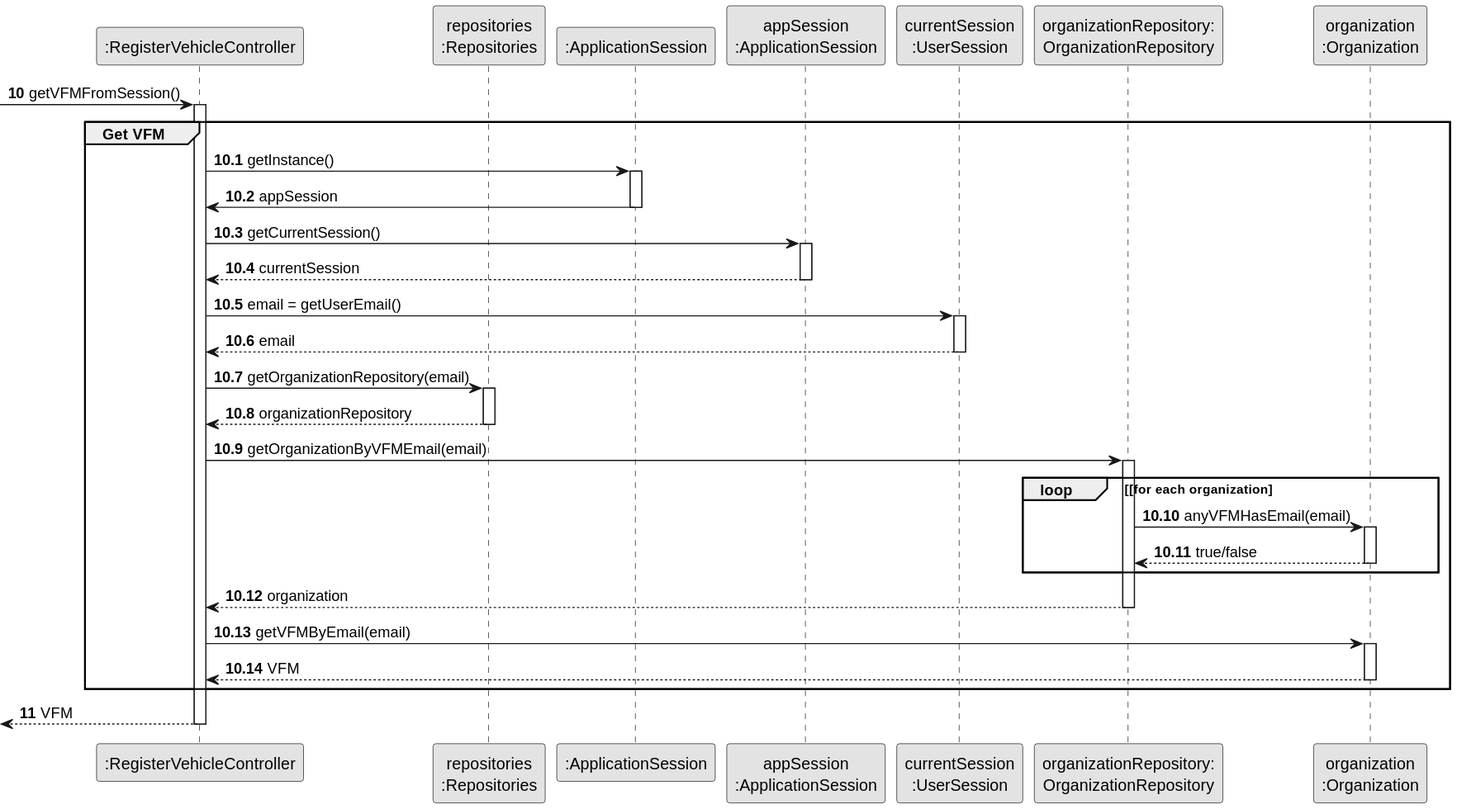
Above: docs/sprint2/us007/03.design/svg/us007-sequence-diagram-partial-get-VFM.svg in tiagosoa/lei-24-s2-1dgh-g073 (PlantUML), before the change. Source of this version:
```plantuml
@startuml
skinparam monochrome true
skinparam packageStyle rectangle
skinparam shadowing false



participant ":RegisterVehicleController" as RVC
participant "repositories\n:Repositories" as PLAT
participant ":ApplicationSession" as _APP
participant "appSession\n:ApplicationSession" as APP
participant "currentSession\n:UserSession" as SESSAO
participant "organizationRepository:\nOrganizationRepository" as OrganizationRepository
participant "organization\n:Organization" as ORG
autonumber 10
-> RVC : getVFMFromSession()
autonumber 10.1
 activate RVC

    group Get VFM

        RVC -> _APP: getInstance()
        activate _APP
           _APP -> RVC: appSession
        deactivate _APP


        RVC -> APP: getCurrentSession()
        activate APP

           APP --> RVC: currentSession
        deactivate APP

        RVC -> SESSAO: email = getUserEmail()
         activate SESSAO

            SESSAO --> RVC: email
         deactivate SESSAO


         RVC -> PLAT: getOrganizationRepository(email)
          activate PLAT

             PLAT --> RVC: organizationRepository
          deactivate PLAT


          RVC -> OrganizationRepository: getOrganizationByVFMEmail(email)
          activate OrganizationRepository

              loop [for each organization
                  OrganizationRepository -> ORG : anyVFMHasEmail(email)
                  activate ORG

                      ORG --> OrganizationRepository : true/false
                  deactivate ORG
              end
          OrganizationRepository --> RVC : organization
          deactivate OrganizationRepository

          RVC -> ORG: getVFMByEmail(email)
          activate ORG

             ORG --> RVC : VFM
          deactivate ORG
    end
    autonumber 11
    <-- RVC : VFM
 deactivate RVC
@enduml
```
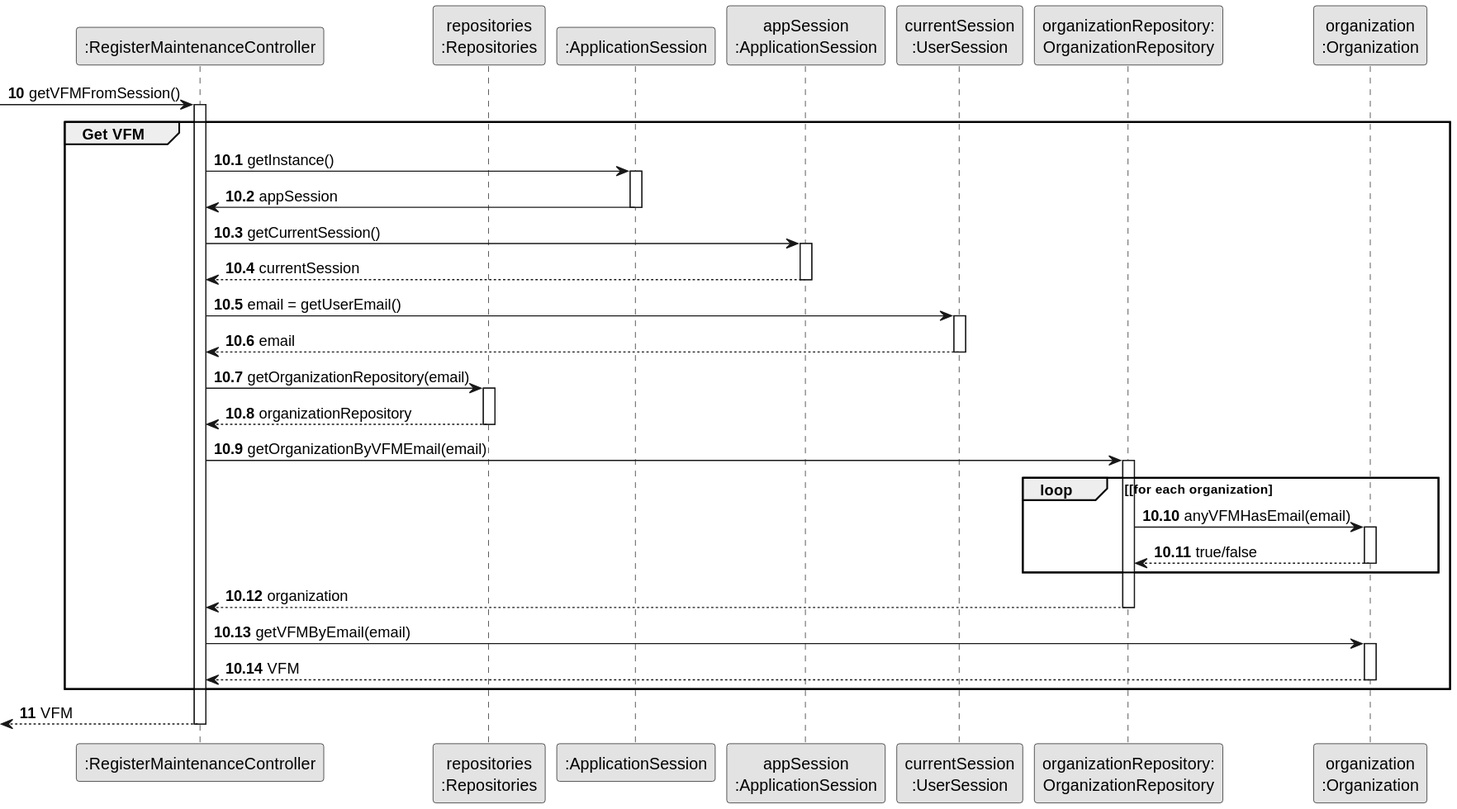
Later version of the same file.

Commit message:
us007 svg and diagram actualized

Change to the diagram source:
```diff
@@ -5,7 +5,7 @@
 
 
 
-participant ":RegisterVehicleController" as RVC
+participant ":RegisterMaintenanceController" as RMC
 participant "repositories\n:Repositories" as PLAT
 participant ":ApplicationSession" as _APP
 participant "appSession\n:ApplicationSession" as APP
@@ -13,39 +13,39 @@
 participant "organizationRepository:\nOrganizationRepository" as OrganizationRepository
 participant "organization\n:Organization" as ORG
 autonumber 10
--> RVC : getVFMFromSession()
+-> RMC : getVFMFromSession()
 autonumber 10.1
- activate RVC
+ activate RMC
 
     group Get VFM
 
-        RVC -> _APP: getInstance()
+        RMC -> _APP: getInstance()
         activate _APP
-           _APP -> RVC: appSession
+           _APP -> RMC: appSession
         deactivate _APP
 
 
-        RVC -> APP: getCurrentSession()
+        RMC -> APP: getCurrentSession()
         activate APP
 
-           APP --> RVC: currentSession
+           APP --> RMC: currentSession
         deactivate APP
 
-        RVC -> SESSAO: email = getUserEmail()
+        RMC -> SESSAO: email = getUserEmail()
          activate SESSAO
 
-            SESSAO --> RVC: email
+            SESSAO --> RMC: email
          deactivate SESSAO
 
 
-         RVC -> PLAT: getOrganizationRepository(email)
+         RMC -> PLAT: getOrganizationRepository(email)
           activate PLAT
 
-             PLAT --> RVC: organizationRepository
+             PLAT --> RMC: organizationRepository
           deactivate PLAT
 
 
-          RVC -> OrganizationRepository: getOrganizationByVFMEmail(email)
+          RMC -> OrganizationRepository: getOrganizationByVFMEmail(email)
           activate OrganizationRepository
 
               loop [for each organization
@@ -55,16 +55,16 @@
                       ORG --> OrganizationRepository : true/false
                   deactivate ORG
               end
-          OrganizationRepository --> RVC : organization
+          OrganizationRepository --> RMC : organization
           deactivate OrganizationRepository
 
-          RVC -> ORG: getVFMByEmail(email)
+          RMC -> ORG: getVFMByEmail(email)
           activate ORG
 
-             ORG --> RVC : VFM
+             ORG --> RMC : VFM
           deactivate ORG
     end
     autonumber 11
-    <-- RVC : VFM
- deactivate RVC
+    <-- RMC : VFM
+ deactivate RMC
 @enduml
```
